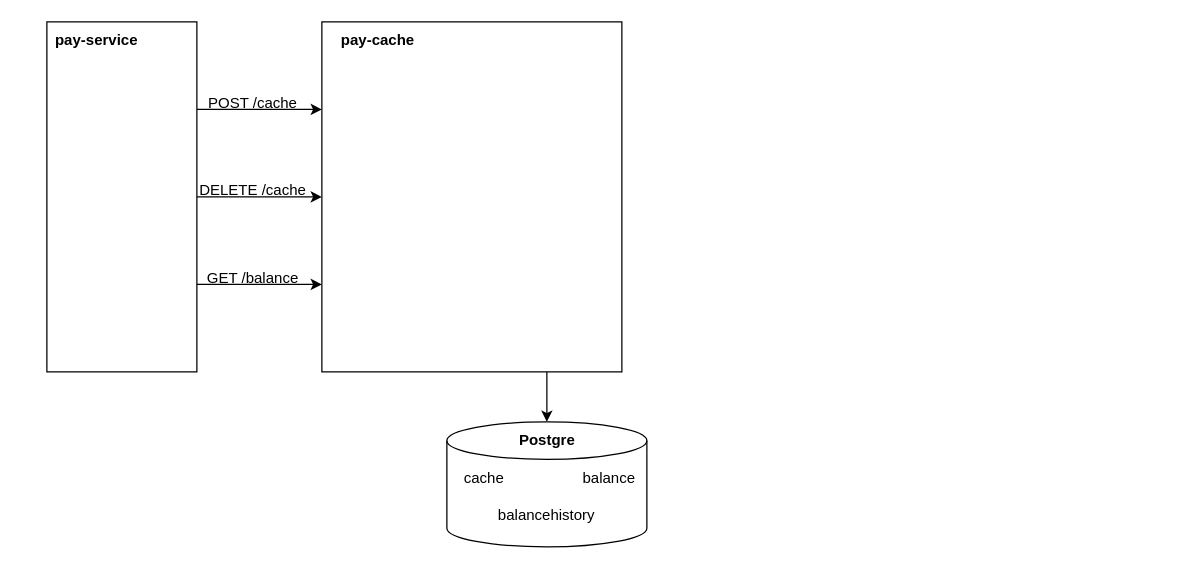
Above: pay-cache.drawio in LenaLeonteva/ProjectHelm (draw.io), before the change. Source tidied: cells renumbered, new cells numbered last; positions are measured from the earlier drawing's top-left corner, leaving out a move shared by most shapes. Both pictures are drawn from the tidied source at 125%, with x=0, y=0 at pixel (46, 21).
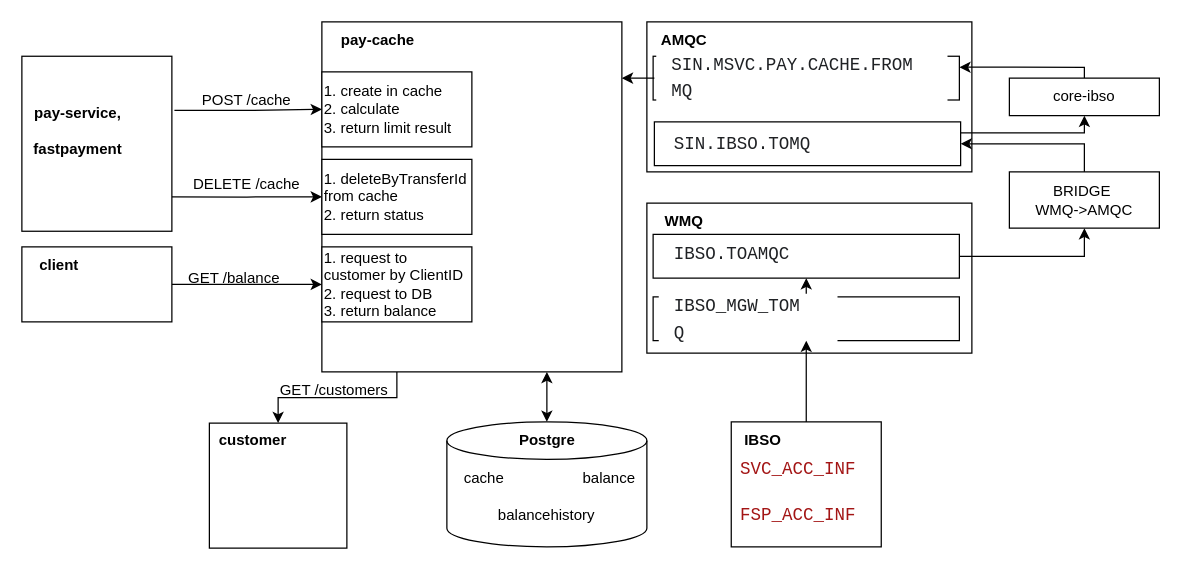
After the change.

The change refers to these unchanged cells:
```xml
<mxCell id="8" style="group;" parent="1" vertex="1">
  <mxGeometry x="220" width="240" height="280" as="geometry" />
</mxCell>
<mxCell id="9" style="rounded=0;whiteSpace=wrap;html=1;" parent="8" vertex="1">
  <mxGeometry width="240" height="280" as="geometry" />
</mxCell>
<mxCell id="16" style="shape=cylinder3;whiteSpace=wrap;html=1;boundedLbl=1;backgroundOutline=1;size=15;" parent="15" vertex="1">
  <mxGeometry width="160" height="100" as="geometry" />
</mxCell>
```

What changed in the source:
```diff
@@
-    <mxCell id="2" style="edgeStyle=orthogonalEdgeStyle;rounded=0;jettySize=auto;html=1;exitX=1;exitY=0.25;exitDx=0;exitDy=0;entryX=0;entryY=0.25;entryDx=0;entryDy=0;" parent="1" edge="1" source="12" target="9">
+    <mxCell id="2" style="edgeStyle=orthogonalEdgeStyle;rounded=0;jettySize=auto;html=1;exitX=1.017;exitY=0.309;exitDx=0;exitDy=0;entryX=0;entryY=0.25;entryDx=0;entryDy=0;exitPerimeter=0;" parent="1" edge="1" source="12" target="9">
       <mxGeometry relative="1" as="geometry" />
     </mxCell>
-    <mxCell id="3" style="edgeStyle=orthogonalEdgeStyle;rounded=0;jettySize=auto;html=1;exitX=1;exitY=0.5;exitDx=0;exitDy=0;entryX=0;entryY=0.5;entryDx=0;entryDy=0;" parent="1" edge="1" source="12" target="9">
+    <mxCell id="3" style="edgeStyle=orthogonalEdgeStyle;rounded=0;jettySize=auto;html=1;exitX=0.997;exitY=0.804;exitDx=0;exitDy=0;entryX=0;entryY=0.5;entryDx=0;entryDy=0;exitPerimeter=0;" parent="1" edge="1" source="12" target="9">
       <mxGeometry relative="1" as="geometry" />
     </mxCell>
-    <mxCell id="4" style="edgeStyle=orthogonalEdgeStyle;rounded=0;jettySize=auto;html=1;exitX=1;exitY=0.75;exitDx=0;exitDy=0;entryX=0;entryY=0.75;entryDx=0;entryDy=0;" parent="1" edge="1" source="12" target="9">
-      <mxGeometry relative="1" as="geometry" />
-    </mxCell>
     <mxCell id="5" value="POST /cache" style="text;html=1;align=center;verticalAlign=middle;whiteSpace=wrap;rounded=0;" parent="1" vertex="1">
-      <mxGeometry x="100" y="50" width="130" height="30" as="geometry" />
+      <mxGeometry x="95" y="48" width="130" height="30" as="geometry" />
     </mxCell>
     <mxCell id="6" value="DELETE /cache" style="text;html=1;align=center;verticalAlign=middle;whiteSpace=wrap;rounded=0;" parent="1" vertex="1">
-      <mxGeometry x="100" y="120" width="130" height="30" as="geometry" />
+      <mxGeometry x="95" y="115" width="130" height="30" as="geometry" />
     </mxCell>
     <mxCell id="7" value="GET /balance" style="text;html=1;align=center;verticalAlign=middle;whiteSpace=wrap;rounded=0;" parent="1" vertex="1">
-      <mxGeometry x="105" y="190" width="120" height="30" as="geometry" />
+      <mxGeometry x="90" y="190" width="120" height="30" as="geometry" />
     </mxCell>
@@
-    <mxCell id="11" style="group;" parent="1" vertex="1">
-      <mxGeometry width="120" height="280" as="geometry" />
-    </mxCell>
-    <mxCell id="12" value="&lt;p style=&quot;line-height: 120%;&quot;&gt;&lt;br&gt;&lt;/p&gt;" style="rounded=0;whiteSpace=wrap;html=1;" parent="11" vertex="1">
-      <mxGeometry width="120" height="280" as="geometry" />
-    </mxCell>
-    <mxCell id="13" value="pay-service" style="text;html=1;align=center;verticalAlign=middle;whiteSpace=wrap;rounded=0;fontStyle=1;" parent="11" vertex="1">
-      <mxGeometry width="80" height="30" as="geometry" />
-    </mxCell>
+    <mxCell id="21" value="&lt;div&gt;1. create in cache&amp;nbsp;&lt;/div&gt;&lt;div&gt;2. calculate&amp;nbsp;&lt;/div&gt;&lt;div style=&quot;&quot;&gt;3. return limit result&lt;/div&gt;" style="rounded=0;whiteSpace=wrap;html=1;align=left;" parent="8" vertex="1">
+      <mxGeometry y="40" width="120" height="60" as="geometry" />
+    </mxCell>
+    <mxCell id="22" value="&lt;div&gt;1. deleteByTransferId from cache&lt;/div&gt;&lt;div&gt;2. return status&lt;/div&gt;" style="rounded=0;whiteSpace=wrap;html=1;align=left;" parent="8" vertex="1">
+      <mxGeometry y="110" width="120" height="60" as="geometry" />
+    </mxCell>
+    <mxCell id="23" value="&lt;div&gt;1. request to customer by ClientID&lt;/div&gt;&lt;div&gt;2. request to DB&lt;/div&gt;&lt;div&gt;3. return balance&lt;/div&gt;" style="rounded=0;whiteSpace=wrap;html=1;align=left;" parent="8" vertex="1">
+      <mxGeometry y="180" width="120" height="60" as="geometry" />
+    </mxCell>
-    <mxCell id="14" style="edgeStyle=orthogonalEdgeStyle;rounded=0;jettySize=auto;html=1;exitX=0.75;exitY=1;exitDx=0;exitDy=0;entryX=0.5;entryY=0;entryDx=0;entryDy=0;entryPerimeter=0;" parent="1" edge="1" source="9" target="16">
+    <mxCell id="14" style="edgeStyle=orthogonalEdgeStyle;rounded=0;jettySize=auto;html=1;exitX=0.75;exitY=1;exitDx=0;exitDy=0;entryX=0.5;entryY=0;entryDx=0;entryDy=0;entryPerimeter=0;horizontal=1;startArrow=classic;startFill=1;" parent="1" edge="1" source="9" target="16">
       <mxGeometry relative="1" as="geometry" />
     </mxCell>
@@
+    <mxCell id="24" style="rounded=0;whiteSpace=wrap;html=1;" parent="1" vertex="1">
+      <mxGeometry x="130" y="321" width="110" height="100" as="geometry" />
+    </mxCell>
+    <mxCell id="25" value="&lt;b&gt;customer&lt;/b&gt;" style="text;html=1;align=center;verticalAlign=middle;whiteSpace=wrap;rounded=0;" parent="1" vertex="1">
+      <mxGeometry x="130" y="320" width="70" height="30" as="geometry" />
+    </mxCell>
+    <mxCell id="26" style="edgeStyle=orthogonalEdgeStyle;rounded=0;jettySize=auto;html=1;exitX=0.25;exitY=1;exitDx=0;exitDy=0;entryX=0.5;entryY=0;entryDx=0;entryDy=0;" parent="1" edge="1" source="9" target="24">
+      <mxGeometry relative="1" as="geometry" />
+    </mxCell>
+    <mxCell id="27" value="GET /customers" style="text;html=1;align=center;verticalAlign=middle;whiteSpace=wrap;rounded=0;" parent="1" vertex="1">
+      <mxGeometry x="170" y="280" width="120" height="30" as="geometry" />
+    </mxCell>
+    <mxCell id="28" style="rounded=0;whiteSpace=wrap;html=1;" parent="1" vertex="1">
+      <mxGeometry x="480" width="260" height="120" as="geometry" />
+    </mxCell>
+    <mxCell id="29" value="AMQC" style="text;html=1;align=center;verticalAlign=middle;whiteSpace=wrap;rounded=0;fontStyle=1;" parent="1" vertex="1">
+      <mxGeometry x="480" width="60" height="30" as="geometry" />
+    </mxCell>
+    <mxCell id="30" style="rounded=0;whiteSpace=wrap;html=1;" parent="1" vertex="1">
+      <mxGeometry x="480" y="145" width="260" height="120" as="geometry" />
+    </mxCell>
+    <mxCell id="31" value="WMQ" style="text;html=1;align=center;verticalAlign=middle;whiteSpace=wrap;rounded=0;fontStyle=1;" parent="1" vertex="1">
+      <mxGeometry x="480" y="145" width="60" height="30" as="geometry" />
+    </mxCell>
+    <mxCell id="32" style="edgeStyle=orthogonalEdgeStyle;rounded=0;jettySize=auto;html=1;exitX=0.5;exitY=0;exitDx=0;exitDy=0;entryX=0.5;entryY=1;entryDx=0;entryDy=0;" parent="1" edge="1" source="33" target="36">
+      <mxGeometry relative="1" as="geometry" />
+    </mxCell>
+    <mxCell id="33" style="rounded=0;whiteSpace=wrap;html=1;" parent="1" vertex="1">
+      <mxGeometry x="485" y="220" width="245" height="35" as="geometry" />
+    </mxCell>
+    <mxCell id="34" value="&lt;br&gt;&lt;pre class=&quot;masked-value display-only is-word-break&quot; style=&quot;box-sizing: inherit; overflow-x: auto; color: rgb(31, 33, 36); margin: 0px; padding: 0px 1.5rem 0px 12px; font-family: SFMono-Regular, Consolas, &amp;quot;Liberation Mono&amp;quot;, Menlo, Courier, monospace; -webkit-font-smoothing: inherit; font-size: 14px; white-space: pre-wrap; overflow-wrap: break-word; background-color: rgb(255, 255, 255); word-break: break-word; line-height: 1.5; -webkit-box-ordinal-group: 2; order: 1; font-style: normal; font-variant-ligatures: normal; font-variant-caps: normal; font-weight: 400; letter-spacing: normal; orphans: 2; text-indent: 0px; text-transform: none; widows: 2; word-spacing: 0px; -webkit-text-stroke-width: 0px; text-decoration-thickness: initial; text-decoration-style: initial; text-decoration-color: initial;&quot;&gt;IBSO_MGW_TOMQ&lt;/pre&gt;&lt;div&gt;&lt;br&gt;&lt;/div&gt;" style="text;html=1;align=left;verticalAlign=middle;whiteSpace=wrap;rounded=0;" parent="1" vertex="1">
+      <mxGeometry x="487.5" y="222.5" width="145" height="30" as="geometry" />
+    </mxCell>
+    <mxCell id="35" style="edgeStyle=orthogonalEdgeStyle;rounded=0;jettySize=auto;html=1;exitX=1;exitY=0.5;exitDx=0;exitDy=0;entryX=0.5;entryY=1;entryDx=0;entryDy=0;" parent="1" edge="1" source="36" target="52">
+      <mxGeometry relative="1" as="geometry" />
+    </mxCell>
+    <mxCell id="36" style="rounded=0;whiteSpace=wrap;html=1;" parent="1" vertex="1">
+      <mxGeometry x="485" y="170" width="245" height="35" as="geometry" />
+    </mxCell>
+    <mxCell id="37" value="&lt;br&gt;&lt;pre class=&quot;masked-value display-only is-word-break&quot; style=&quot;box-sizing: inherit; overflow-x: auto; color: rgb(31, 33, 36); margin: 0px; padding: 0px 1.5rem 0px 12px; font-family: SFMono-Regular, Consolas, &amp;quot;Liberation Mono&amp;quot;, Menlo, Courier, monospace; -webkit-font-smoothing: inherit; font-size: 14px; white-space: pre-wrap; overflow-wrap: break-word; background-color: rgb(255, 255, 255); word-break: break-word; line-height: 1.5; -webkit-box-ordinal-group: 2; order: 1; font-style: normal; font-variant-ligatures: normal; font-variant-caps: normal; font-weight: 400; letter-spacing: normal; orphans: 2; text-indent: 0px; text-transform: none; widows: 2; word-spacing: 0px; -webkit-text-stroke-width: 0px; text-decoration-thickness: initial; text-decoration-style: initial; text-decoration-color: initial;&quot;&gt;IBSO.TOAMQC&lt;/pre&gt;&lt;div&gt;&lt;br&gt;&lt;/div&gt;" style="text;html=1;align=left;verticalAlign=middle;whiteSpace=wrap;rounded=0;" parent="1" vertex="1">
+      <mxGeometry x="487.5" y="170" width="160" height="32.5" as="geometry" />
+    </mxCell>
+    <mxCell id="38" style="rounded=0;whiteSpace=wrap;html=1;" parent="1" vertex="1">
+      <mxGeometry x="485" y="27.5" width="245" height="35" as="geometry" />
+    </mxCell>
+    <mxCell id="39" style="edgeStyle=orthogonalEdgeStyle;rounded=0;jettySize=auto;html=1;exitX=1;exitY=0.25;exitDx=0;exitDy=0;entryX=0.5;entryY=1;entryDx=0;entryDy=0;" parent="1" edge="1" source="40" target="54">
+      <mxGeometry relative="1" as="geometry">
+        <Array as="points">
+          <mxPoint x="830" y="89" />
+        </Array>
+      </mxGeometry>
+    </mxCell>
+    <mxCell id="40" style="rounded=0;whiteSpace=wrap;html=1;" parent="1" vertex="1">
+      <mxGeometry x="486" y="80" width="245" height="35" as="geometry" />
+    </mxCell>
+    <mxCell id="41" value="&lt;br&gt;&lt;pre class=&quot;masked-value display-only is-word-break&quot; style=&quot;box-sizing: inherit; overflow-x: auto; color: rgb(31, 33, 36); margin: 0px; padding: 0px 1.5rem 0px 12px; font-family: SFMono-Regular, Consolas, &amp;quot;Liberation Mono&amp;quot;, Menlo, Courier, monospace; -webkit-font-smoothing: inherit; font-size: 14px; white-space: pre-wrap; overflow-wrap: break-word; background-color: rgb(255, 255, 255); word-break: break-word; line-height: 1.5; -webkit-box-ordinal-group: 2; order: 1; font-style: normal; font-variant-ligatures: normal; font-variant-caps: normal; font-weight: 400; letter-spacing: normal; orphans: 2; text-indent: 0px; text-transform: none; widows: 2; word-spacing: 0px; -webkit-text-stroke-width: 0px; text-decoration-thickness: initial; text-decoration-style: initial; text-decoration-color: initial;&quot;&gt;SIN.IBSO.TOMQ&lt;/pre&gt;&lt;div&gt;&lt;br&gt;&lt;/div&gt;" style="text;html=1;align=left;verticalAlign=middle;whiteSpace=wrap;rounded=0;" parent="1" vertex="1">
+      <mxGeometry x="487.5" y="82.5" width="160" height="30" as="geometry" />
+    </mxCell>
+    <mxCell id="42" style="edgeStyle=orthogonalEdgeStyle;rounded=0;jettySize=auto;html=1;exitX=0;exitY=0.5;exitDx=0;exitDy=0;" parent="1" edge="1" source="43">
+      <mxGeometry relative="1" as="geometry">
+        <mxPoint x="460" y="45" as="targetPoint" />
+      </mxGeometry>
+    </mxCell>
+    <mxCell id="43" value="&lt;br&gt;&lt;pre class=&quot;masked-value display-only is-word-break&quot; style=&quot;box-sizing: inherit; overflow-x: auto; color: rgb(31, 33, 36); margin: 0px; padding: 0px 1.5rem 0px 12px; font-family: SFMono-Regular, Consolas, &amp;quot;Liberation Mono&amp;quot;, Menlo, Courier, monospace; -webkit-font-smoothing: inherit; font-size: 14px; white-space: pre-wrap; overflow-wrap: break-word; background-color: rgb(255, 255, 255); word-break: break-word; line-height: 1.5; -webkit-box-ordinal-group: 2; order: 1; font-style: normal; font-variant-ligatures: normal; font-variant-caps: normal; font-weight: 400; letter-spacing: normal; orphans: 2; text-indent: 0px; text-transform: none; widows: 2; word-spacing: 0px; -webkit-text-stroke-width: 0px; text-decoration-thickness: initial; text-decoration-style: initial; text-decoration-color: initial;&quot;&gt;SIN.MSVC.PAY.CACHE.FROMMQ&lt;/pre&gt;&lt;div&gt;&lt;br&gt;&lt;/div&gt;" style="text;html=1;align=left;verticalAlign=middle;whiteSpace=wrap;rounded=0;" parent="1" vertex="1">
+      <mxGeometry x="486" y="30" width="235" height="30" as="geometry" />
+    </mxCell>
+    <mxCell id="44" style="group;" parent="1" vertex="1">
+      <mxGeometry x="547.5" y="320" width="120" height="100" as="geometry" />
+    </mxCell>
+    <mxCell id="45" style="rounded=0;whiteSpace=wrap;html=1;" parent="44" vertex="1">
+      <mxGeometry width="120" height="100" as="geometry" />
+    </mxCell>
+    <mxCell id="46" value="IBSO" style="text;html=1;align=center;verticalAlign=middle;whiteSpace=wrap;rounded=0;fontStyle=1;" parent="44" vertex="1">
+      <mxGeometry width="50" height="30" as="geometry" />
+    </mxCell>
+    <mxCell id="47" value="&#10;&lt;div style=&quot;color: #000000;background-color: #ffffff;font-family: Consolas, 'Courier New', monospace;font-weight: normal;font-size: 14px;line-height: 19px;white-space: pre;&quot;&gt;&lt;div&gt;&lt;span style=&quot;color: #a31515;&quot;&gt;SVC_ACC_INF&lt;/span&gt;&lt;/div&gt;&lt;/div&gt;&#10;&#10;" style="text;html=1;align=left;verticalAlign=middle;whiteSpace=wrap;rounded=0;" parent="44" vertex="1">
+      <mxGeometry x="5" y="30" width="110" height="30" as="geometry" />
+    </mxCell>
+    <mxCell id="48" value="&lt;br&gt;&lt;div style=&quot;color: #000000;background-color: #ffffff;font-family: Consolas, 'Courier New', monospace;font-weight: normal;font-size: 14px;line-height: 19px;white-space: pre;&quot;&gt;&lt;div&gt;&lt;span style=&quot;color: #a31515;&quot;&gt;FSP_ACC_INF&lt;/span&gt;&lt;/div&gt;&lt;/div&gt;&lt;div&gt;&lt;br/&gt;&lt;/div&gt;" style="text;html=1;align=left;verticalAlign=middle;whiteSpace=wrap;rounded=0;" parent="44" vertex="1">
+      <mxGeometry x="5" y="60" width="110" height="30" as="geometry" />
+    </mxCell>
+    <mxCell id="49" style="edgeStyle=orthogonalEdgeStyle;rounded=0;orthogonalLoop=1;jettySize=auto;html=1;exitX=0.5;exitY=1;exitDx=0;exitDy=0;" parent="1" edge="1" source="34" target="34">
+      <mxGeometry relative="1" as="geometry" />
+    </mxCell>
+    <mxCell id="50" style="edgeStyle=orthogonalEdgeStyle;rounded=0;jettySize=auto;html=1;entryX=0.5;entryY=1;entryDx=0;entryDy=0;" parent="1" edge="1" source="45" target="33">
+      <mxGeometry relative="1" as="geometry" />
+    </mxCell>
+    <mxCell id="51" style="edgeStyle=orthogonalEdgeStyle;rounded=0;jettySize=auto;html=1;exitX=0.5;exitY=0;exitDx=0;exitDy=0;entryX=1;entryY=0.5;entryDx=0;entryDy=0;" parent="1" edge="1" source="52" target="40">
+      <mxGeometry relative="1" as="geometry" />
+    </mxCell>
+    <mxCell id="52" value="BRIDGE&amp;nbsp;&lt;div&gt;WMQ-&amp;gt;AMQC&lt;/div&gt;" style="rounded=0;whiteSpace=wrap;html=1;" parent="1" vertex="1">
+      <mxGeometry x="770" y="120" width="120" height="45" as="geometry" />
+    </mxCell>
+    <mxCell id="53" style="edgeStyle=orthogonalEdgeStyle;rounded=0;jettySize=auto;html=1;exitX=0.5;exitY=0;exitDx=0;exitDy=0;entryX=1;entryY=0.25;entryDx=0;entryDy=0;" parent="1" edge="1" source="54" target="38">
+      <mxGeometry relative="1" as="geometry">
+        <Array as="points">
+          <mxPoint x="830" y="36" />
+        </Array>
+      </mxGeometry>
+    </mxCell>
+    <mxCell id="54" value="core-ibso" style="rounded=0;whiteSpace=wrap;html=1;" parent="1" vertex="1">
+      <mxGeometry x="770" y="45" width="120" height="30" as="geometry" />
+    </mxCell>
+    <mxCell id="12" value="&lt;p style=&quot;line-height: 120%;&quot;&gt;&lt;br&gt;&lt;/p&gt;" style="rounded=0;whiteSpace=wrap;html=1;" parent="1" vertex="1">
+      <mxGeometry x="-20" y="27.5" width="120" height="140" as="geometry" />
+    </mxCell>
+    <mxCell id="13" value="pay-service,&lt;div&gt;&lt;br&gt;&lt;div&gt;fastpayment&lt;/div&gt;&lt;div&gt;&lt;br&gt;&lt;/div&gt;&lt;/div&gt;" style="text;html=1;align=center;verticalAlign=middle;whiteSpace=wrap;rounded=0;fontStyle=1;" parent="1" vertex="1">
+      <mxGeometry x="-15" y="48" width="80" height="91.1" as="geometry" />
+    </mxCell>
+    <mxCell id="55" style="edgeStyle=orthogonalEdgeStyle;rounded=0;jettySize=auto;html=1;exitX=1;exitY=0.5;exitDx=0;exitDy=0;entryX=0;entryY=0.5;entryDx=0;entryDy=0;" parent="1" edge="1" source="56" target="23">
+      <mxGeometry relative="1" as="geometry" />
+    </mxCell>
+    <mxCell id="56" style="rounded=0;whiteSpace=wrap;html=1;labelPosition=center;verticalLabelPosition=middle;align=center;verticalAlign=middle;" parent="1" vertex="1">
+      <mxGeometry x="-20" y="180" width="120" height="60" as="geometry" />
+    </mxCell>
+    <mxCell id="57" value="&lt;b&gt;client&lt;/b&gt;" style="text;html=1;align=center;verticalAlign=middle;whiteSpace=wrap;rounded=0;" parent="1" vertex="1">
+      <mxGeometry x="-20" y="180" width="60" height="30" as="geometry" />
+    </mxCell>
```
